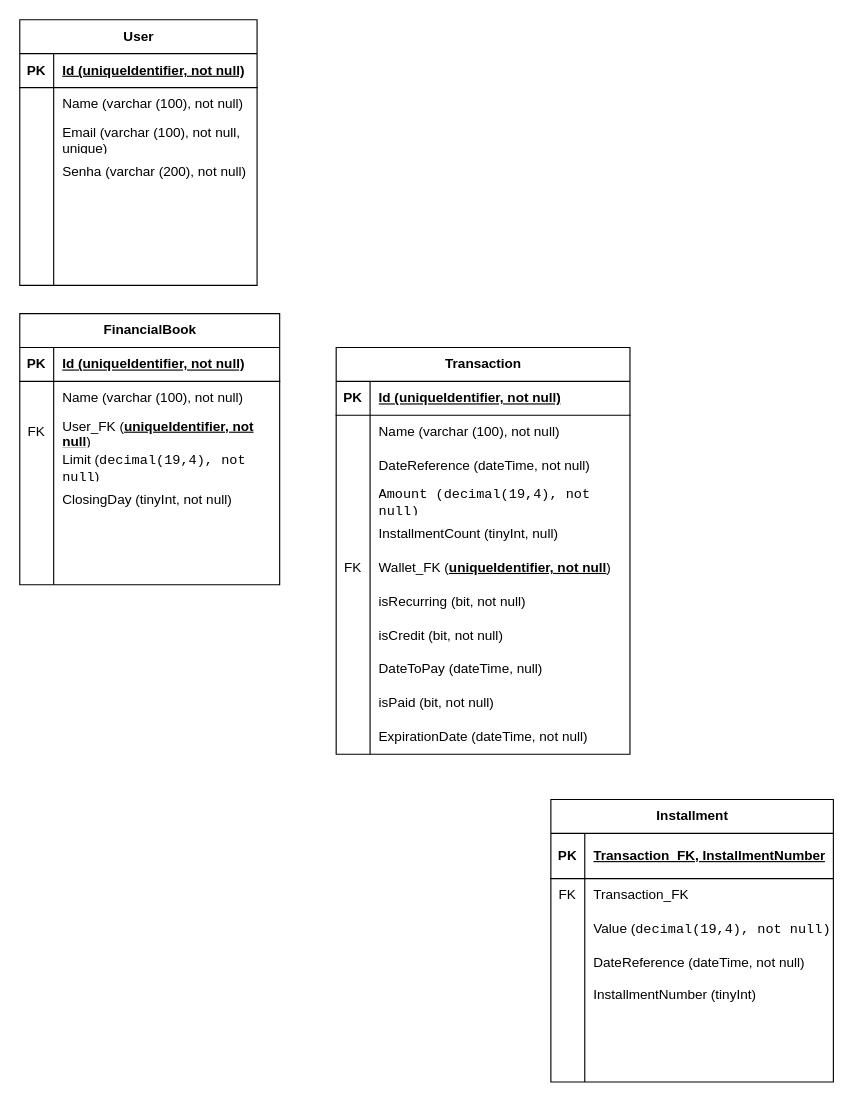
thavao/Fin keeps this draw.io diagram as page "Página-1" (1 of 2) of docs/eFin.drawio. Above is the earlier version. Source tidied: cells renumbered, new cells numbered last; positions are measured from the earlier drawing's top-left corner, leaving out a move shared by most shapes. Both pictures are drawn from the tidied source at 113%, with x=0, y=0 at pixel (19, 19).
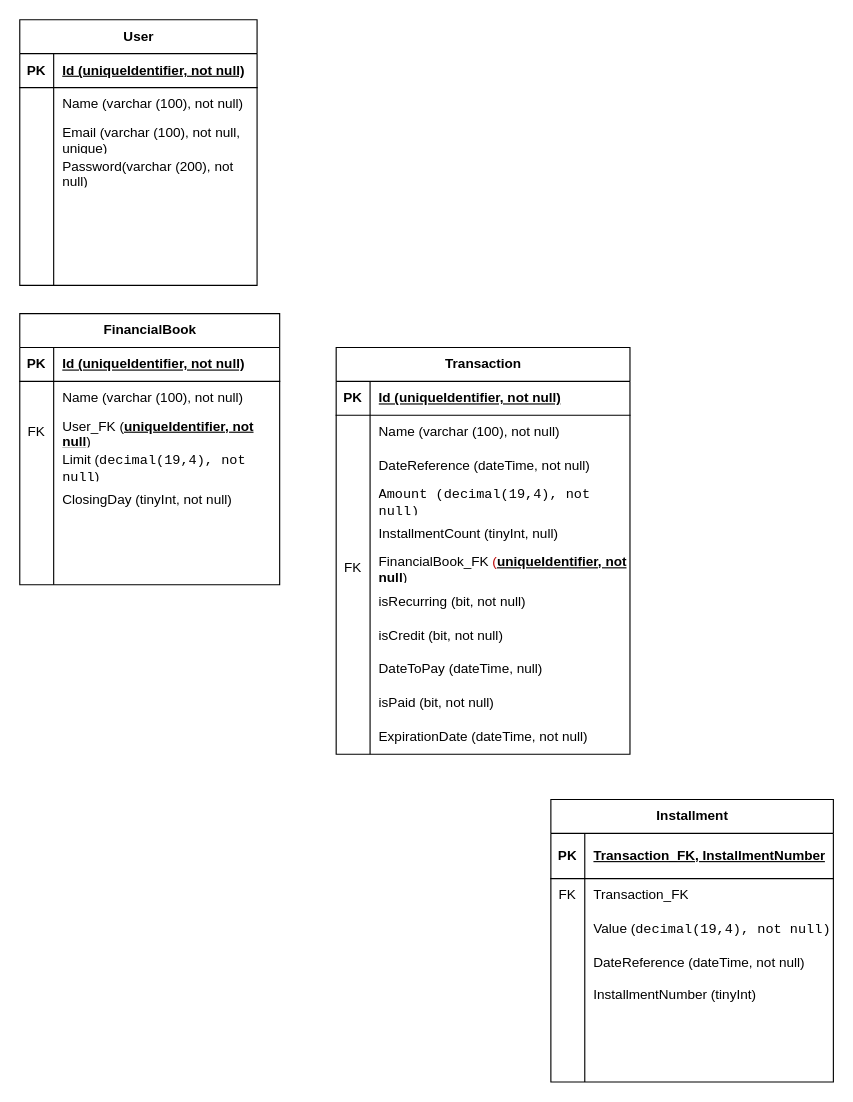
The same diagram, later.

Commit message:
Atualizar eFin.drawio - corrige nome de propriedades

The change refers to these unchanged cells:
```xml
<mxCell id="12" style="shape=tableRow;horizontal=0;startSize=0;swimlaneHead=0;swimlaneBody=0;fillColor=none;top=0;left=0;right=0;bottom=0;" parent="2" vertex="1">
  <mxGeometry y="120" width="210" height="30" as="geometry" />
</mxCell>
<mxCell id="40" style="shape=tableRow;horizontal=0;startSize=0;swimlaneHead=0;swimlaneBody=0;fillColor=none;top=0;left=0;right=0;bottom=0;" parent="24" vertex="1">
  <mxGeometry y="180" width="260" height="30" as="geometry" />
</mxCell>
```

Diff of the diagram source:
```diff
@@
-    <mxCell id="14" value="Senha (varchar (200), not null)" style="shape=partialRectangle;fillColor=none;top=0;left=0;bottom=0;right=0;align=left;spacingLeft=6;overflow=hidden;whiteSpace=wrap;html=1;" parent="12" vertex="1">
+    <mxCell id="14" value="Password(varchar (200), not null)" style="shape=partialRectangle;fillColor=none;top=0;left=0;bottom=0;right=0;align=left;spacingLeft=6;overflow=hidden;whiteSpace=wrap;html=1;" parent="12" vertex="1">
       <mxGeometry x="30" width="180" height="30" as="geometry" />
     </mxCell>
@@
-    <mxCell id="42" value="&lt;span style=&quot;background-color: transparent; color: light-dark(rgb(0, 0, 0), rgb(255, 255, 255));&quot;&gt;Wallet_FK (&lt;/span&gt;&lt;span style=&quot;font-weight: 700; text-decoration: underline;&quot;&gt;uniqueIdentifier, not null&lt;/span&gt;&lt;span style=&quot;background-color: transparent; color: light-dark(rgb(0, 0, 0), rgb(255, 255, 255));&quot;&gt;)&lt;/span&gt;" style="shape=partialRectangle;fillColor=none;top=0;left=0;bottom=0;right=0;align=left;spacingLeft=6;overflow=hidden;whiteSpace=wrap;html=1;" parent="40" vertex="1">
+    <mxCell id="42" value="&lt;span style=&quot;background-color: transparent;&quot;&gt;FinancialBook_FK&lt;font color=&quot;rgba(0, 0, 0, 0)&quot;&gt;&amp;nbsp;(&lt;/font&gt;&lt;/span&gt;&lt;span style=&quot;font-weight: 700; text-decoration: underline;&quot;&gt;uniqueIdentifier, not null&lt;/span&gt;&lt;span style=&quot;background-color: transparent; color: light-dark(rgb(0, 0, 0), rgb(255, 255, 255));&quot;&gt;)&lt;/span&gt;" style="shape=partialRectangle;fillColor=none;top=0;left=0;bottom=0;right=0;align=left;spacingLeft=6;overflow=hidden;whiteSpace=wrap;html=1;" parent="40" vertex="1">
       <mxGeometry x="30" width="230" height="30" as="geometry" />
     </mxCell>
```
